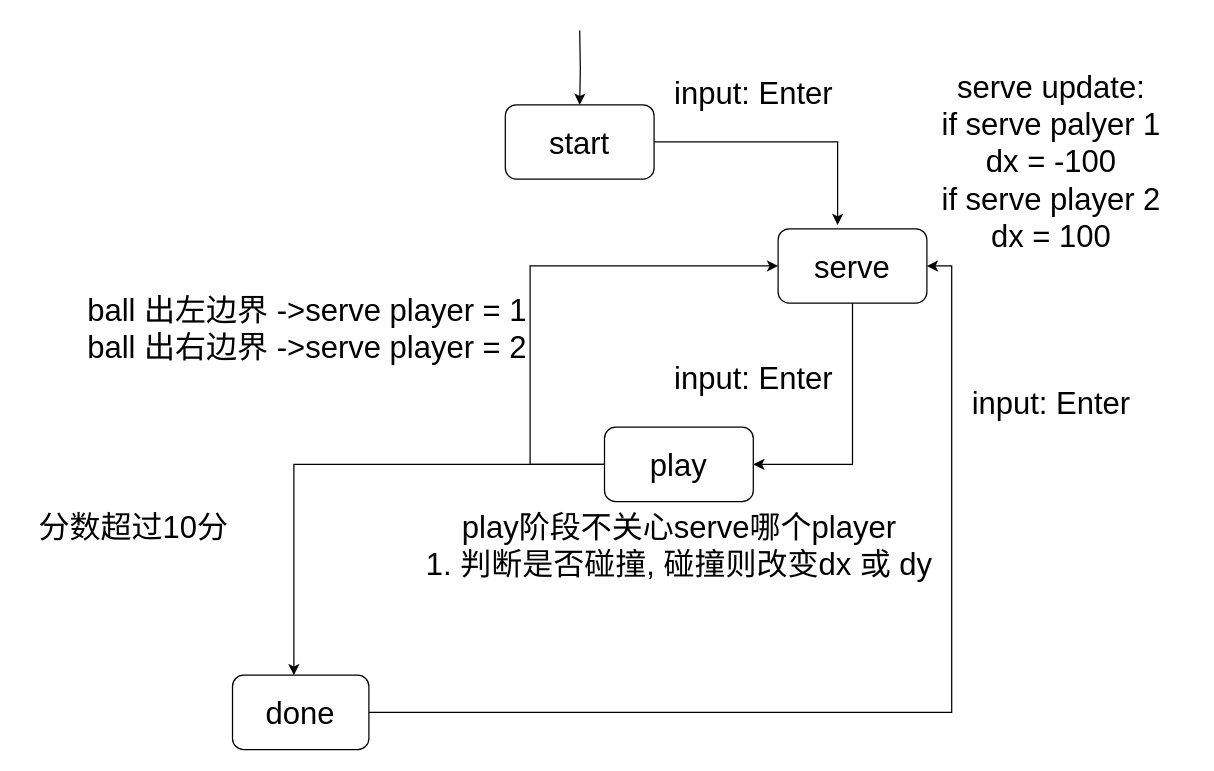
This is pong_state_machine.drawio from LamForest/draw.io, a draw.io file, before an edit. Source tidied: cells renumbered, new cells numbered last; positions are measured from the earlier drawing's top-left corner, leaving out a move shared by most shapes. Both pictures are drawn from the tidied source at 124%, with x=0, y=0 at pixel (21, 30).
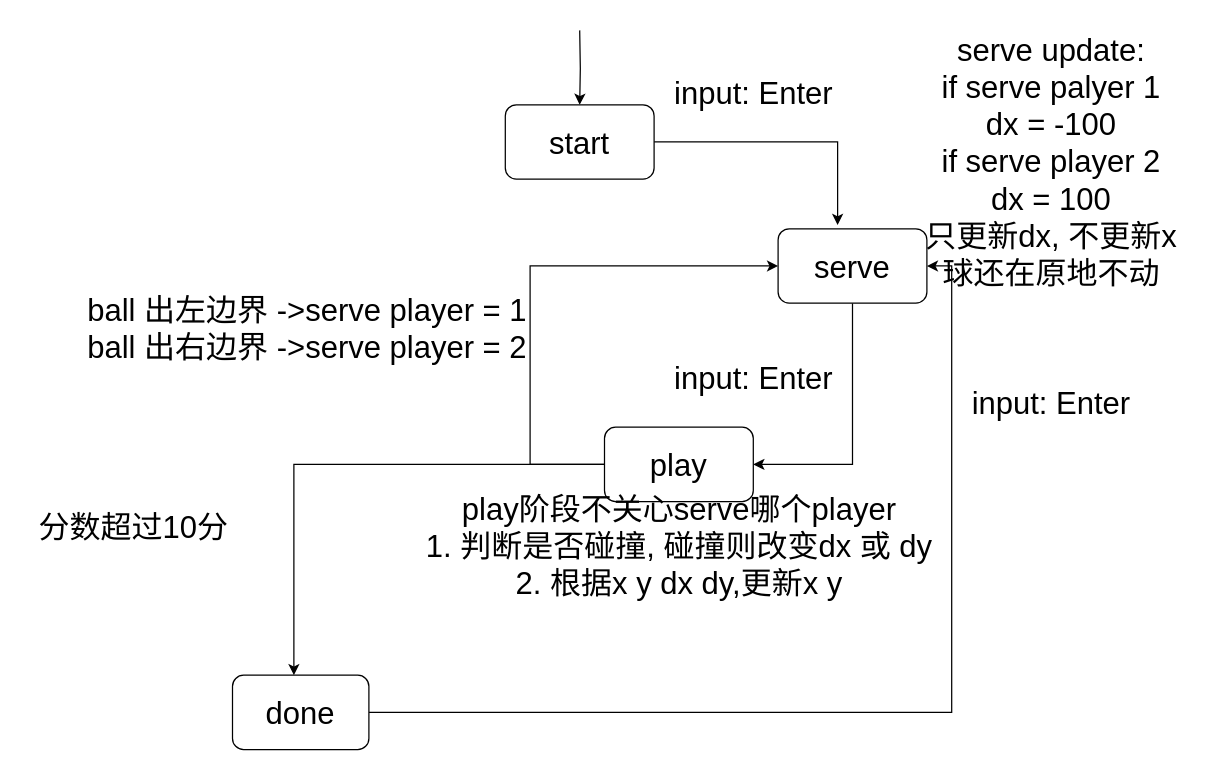
After the change.

The edit, as a diff of the source:
```diff
@@
-    <mxCell id="13" value="serve update:&lt;br&gt;if serve palyer 1&lt;br&gt;dx = -100&lt;br&gt;if serve player 2&lt;br&gt;dx = 100" style="text;html=1;align=center;verticalAlign=middle;strokeColor=none;fillColor=none;fontSize=25;" parent="1" vertex="1">
-      <mxGeometry x="730" y="25" width="200" height="160" as="geometry" />
+    <mxCell id="13" value="serve update:&lt;br&gt;if serve palyer 1&lt;br&gt;dx = -100&lt;br&gt;if serve player 2&lt;br&gt;dx = 100&lt;br&gt;只更新dx, 不更新x&lt;br&gt;球还在原地不动" style="text;html=1;align=center;verticalAlign=middle;strokeColor=none;fillColor=none;fontSize=25;" parent="1" vertex="1">
+      <mxGeometry x="715" y="-5" width="230" height="220" as="geometry" />
     </mxCell>
-    <mxCell id="14" value="play阶段不关心serve哪个player&lt;br&gt;1. 判断是否碰撞, 碰撞则改变dx 或 dy&lt;br&gt;" style="text;html=1;align=center;verticalAlign=middle;strokeColor=none;fillColor=none;fontSize=25;" parent="1" vertex="1">
-      <mxGeometry x="315" y="380" width="430" height="70" as="geometry" />
+    <mxCell id="14" value="play阶段不关心serve哪个player&lt;br&gt;1. 判断是否碰撞, 碰撞则改变dx 或 dy&lt;br&gt;2. 根据x y dx dy,更新x y" style="text;html=1;align=center;verticalAlign=middle;strokeColor=none;fillColor=none;fontSize=25;" parent="1" vertex="1">
+      <mxGeometry x="315" y="365" width="430" height="100" as="geometry" />
     </mxCell>
```
